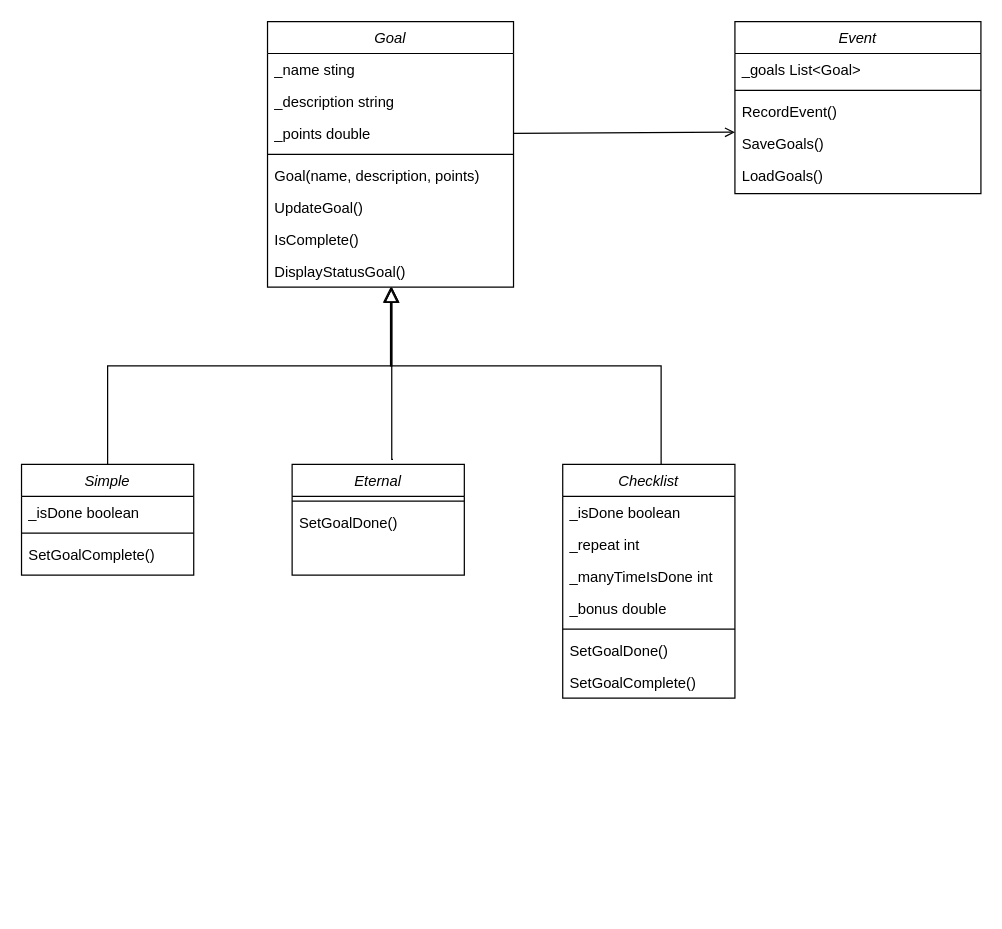
Earlier version of the draw.io diagram assets/EternalQuestProgram.drawio (neorgon/cse210-hw). Source tidied: cells renumbered, new cells numbered last; positions are measured from the earlier drawing's top-left corner, leaving out a move shared by most shapes. Both pictures are drawn from the tidied source at 123%, with x=0, y=0 at pixel (21, 21).
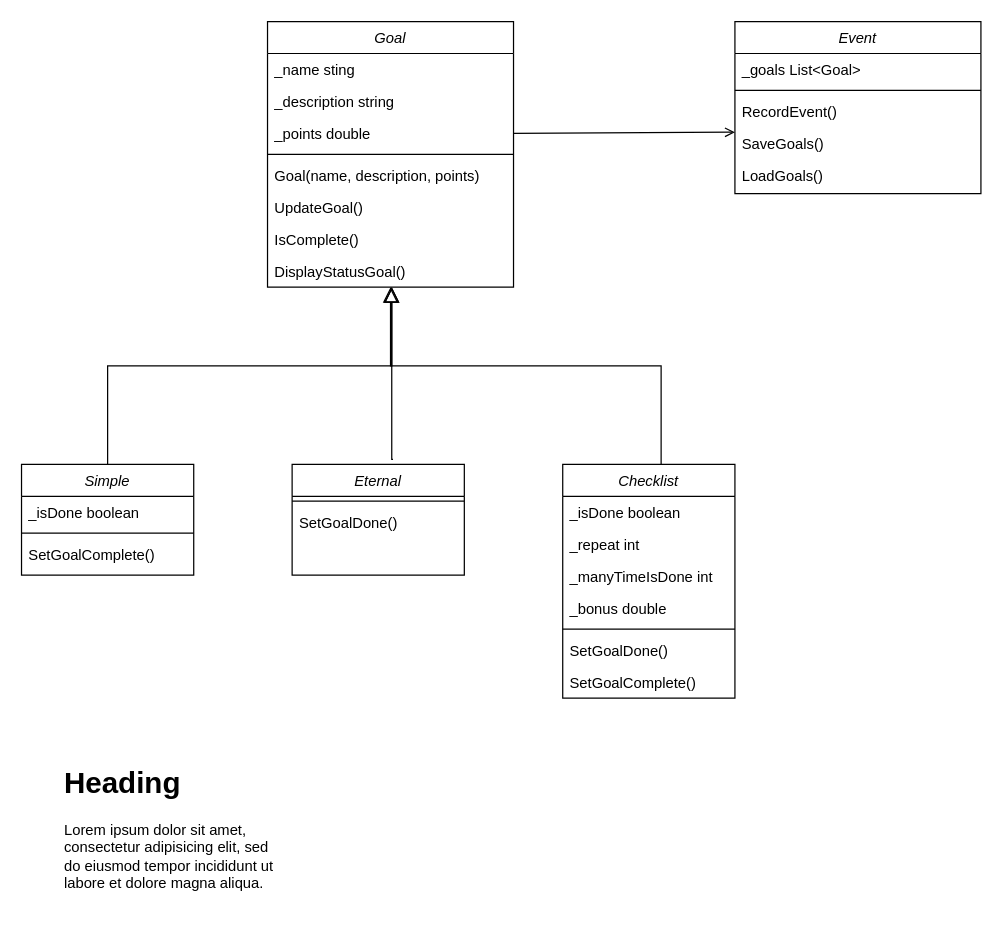
The same diagram, later.

Commit message:
Add Event class

Diff of the diagram source:
```diff
@@
+    <mxCell id="36" value="&lt;h1&gt;Heading&lt;/h1&gt;&lt;p&gt;Lorem ipsum dolor sit amet, consectetur adipisicing elit, sed do eiusmod tempor incididunt ut labore et dolore magna aliqua.&lt;/p&gt;" style="text;html=1;strokeColor=none;fillColor=none;spacing=5;spacingTop=-20;whiteSpace=wrap;overflow=hidden;rounded=0;" parent="1" vertex="1">
+      <mxGeometry x="30" y="600" width="190" height="120" as="geometry" />
+    </mxCell>
```
